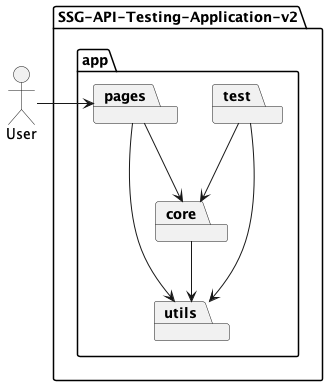
This is SSG-API-Testing-Application-v2/docs/assets/developer-guide/HighLevelArchitecturalDiagram.png from ssg-wsg/Sample-Codes, a PlantUML export, as it was before one commit. Its diagram source:
```plantuml
@startuml
actor User

package "SSG-API-Testing-Application-v2" {
    package app {
        package core as core {

        }

        package pages as pages {

        }

        package test as test {

        }

        package utils as utils {

        }

        test --> core
        test --> utils

        pages --> core
        pages --> utils

        core --> utils
    }
}

User --right-> pages
@enduml
```
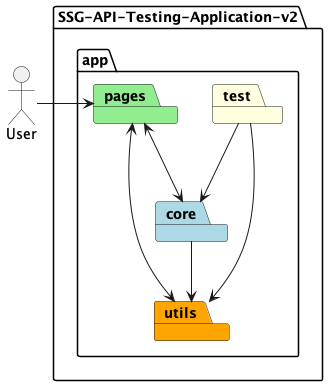
The same diagram one commit later.

The edit, as a diff of the source:
```diff
@@ -3,27 +3,16 @@
 
 package "SSG-API-Testing-Application-v2" {
     package app {
-        package core as core {
-
-        }
-
-        package pages as pages {
-
-        }
-
-        package test as test {
-
-        }
-
-        package utils as utils {
-
-        }
+        package #lightblue core as core
+        package #lightgreen pages as pages
+        package #lightyellow test as test
+        package #orange utils as utils
 
         test --> core
         test --> utils
 
-        pages --> core
-        pages --> utils
+        pages <--> core
+        pages <--> utils
 
         core --> utils
     }
```
